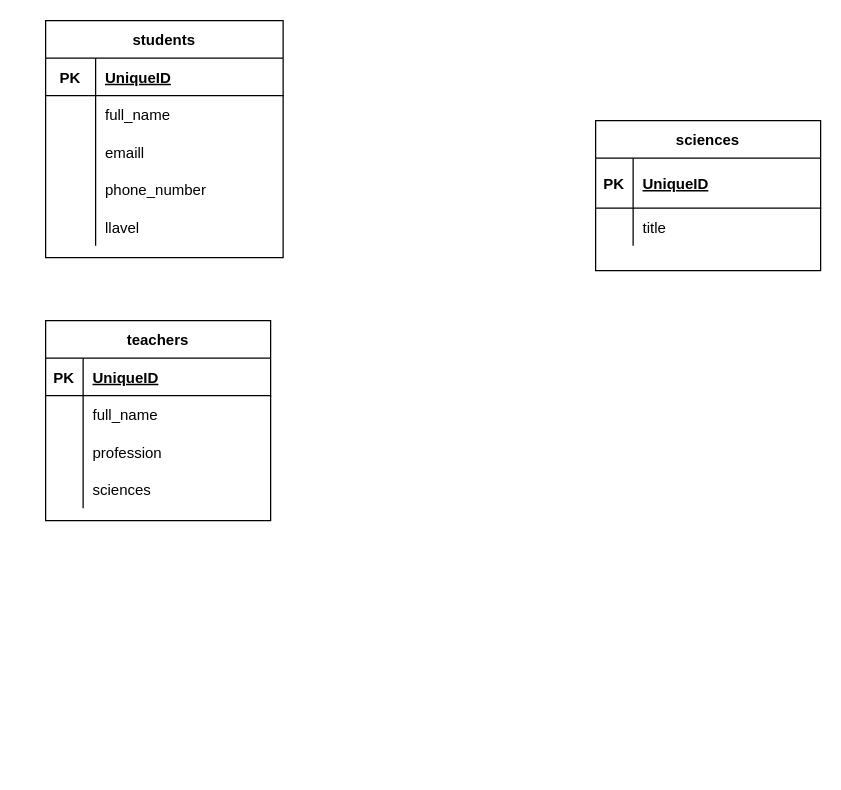
Above: Диаграмма без названия.drawio in SanjarbekDev/new (draw.io), before the change. Source tidied: cells renumbered, new cells numbered last; positions are measured from the earlier drawing's top-left corner, leaving out a move shared by most shapes. Both pictures are drawn from the tidied source at 125%, with x=0, y=0 at pixel (45, 20).
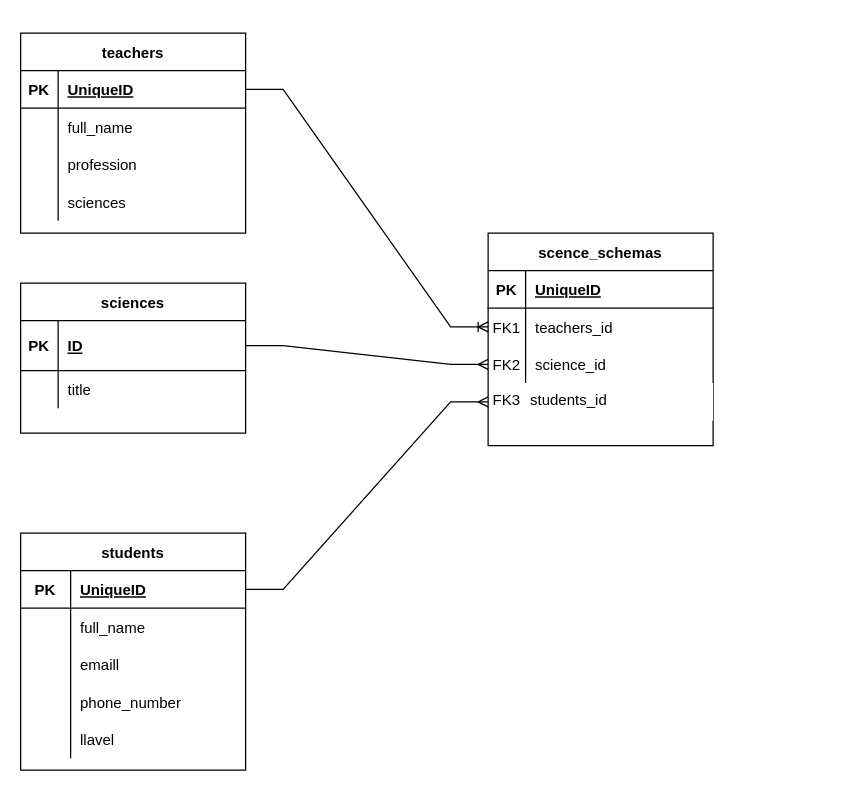
Above is the later version.

Unchanged cells that the change refers to:
```xml
<mxCell id="19" style="shape=tableRow;horizontal=0;startSize=0;swimlaneHead=0;swimlaneBody=0;fillColor=none;points=[[0,0.5],[1,0.5]];portConstraint=eastwest;top=0;left=0;right=0;bottom=1;strokeColor=default;fontFamily=Helvetica;fontSize=12;fontColor=default;" parent="18" vertex="1">
  <mxGeometry y="30" width="180" height="30" as="geometry" />
</mxCell>
<mxCell id="32" style="shape=tableRow;horizontal=0;startSize=0;swimlaneHead=0;swimlaneBody=0;fillColor=none;points=[[0,0.5],[1,0.5]];portConstraint=eastwest;top=0;left=0;right=0;bottom=1;strokeColor=default;fontFamily=Helvetica;fontSize=12;fontColor=default;" parent="31" vertex="1">
  <mxGeometry y="30" width="180" height="40" as="geometry" />
</mxCell>
```

Diff of the diagram source:
```diff
@@
     <mxCell id="2" value="students" style="shape=table;startSize=30;childLayout=tableLayout;rowLines=0;fontStyle=1;align=center;" parent="1" vertex="1">
-      <mxGeometry width="190" height="189.5" as="geometry" />
+      <mxGeometry x="-20" y="410" width="180" height="189.5" as="geometry" />
     </mxCell>
     <mxCell id="3" style="shape=tableRow;horizontal=0;startSize=0;swimlaneHead=0;swimlaneBody=0;fillColor=none;points=[[0,0.5],[1,0.5]];portConstraint=eastwest;top=0;left=0;right=0;bottom=1;" parent="2" vertex="1">
-      <mxGeometry y="30" width="190" height="30" as="geometry" />
+      <mxGeometry y="30" width="180" height="30" as="geometry" />
     </mxCell>
@@
     <mxCell id="5" value="UniqueID" style="shape=partialRectangle;fillColor=none;top=0;left=0;bottom=0;right=0;align=left;spacingLeft=6;fontStyle=5;overflow=hidden;" parent="3" vertex="1">
-      <mxGeometry x="40" width="150" height="30" as="geometry" />
+      <mxGeometry x="40" width="140" height="30" as="geometry" />
     </mxCell>
     <mxCell id="6" style="shape=tableRow;horizontal=0;startSize=0;swimlaneHead=0;swimlaneBody=0;fillColor=none;top=0;left=0;right=0;bottom=0;" parent="2" vertex="1">
-      <mxGeometry y="60" width="190" height="30" as="geometry" />
+      <mxGeometry y="60" width="180" height="30" as="geometry" />
     </mxCell>
@@
     <mxCell id="8" value="full_name" style="shape=partialRectangle;fillColor=none;top=0;left=0;bottom=0;right=0;align=left;spacingLeft=6;overflow=hidden;" parent="6" vertex="1">
-      <mxGeometry x="40" width="150" height="30" as="geometry" />
+      <mxGeometry x="40" width="140" height="30" as="geometry" />
     </mxCell>
     <mxCell id="9" style="shape=tableRow;horizontal=0;startSize=0;swimlaneHead=0;swimlaneBody=0;fillColor=none;top=0;left=0;right=0;bottom=0;" parent="2" vertex="1">
-      <mxGeometry y="90" width="190" height="30" as="geometry" />
+      <mxGeometry y="90" width="180" height="30" as="geometry" />
     </mxCell>
@@
     <mxCell id="11" value="emaill" style="shape=partialRectangle;fillColor=none;top=0;left=0;bottom=0;right=0;align=left;spacingLeft=6;overflow=hidden;" parent="9" vertex="1">
-      <mxGeometry x="40" width="150" height="30" as="geometry" />
+      <mxGeometry x="40" width="140" height="30" as="geometry" />
     </mxCell>
     <mxCell id="12" style="shape=tableRow;horizontal=0;startSize=0;swimlaneHead=0;swimlaneBody=0;fillColor=none;top=0;left=0;right=0;bottom=0;" parent="2" vertex="1">
-      <mxGeometry y="120" width="190" height="30" as="geometry" />
+      <mxGeometry y="120" width="180" height="30" as="geometry" />
     </mxCell>
@@
     <mxCell id="14" value="phone_number" style="shape=partialRectangle;fillColor=none;top=0;left=0;bottom=0;right=0;align=left;spacingLeft=6;overflow=hidden;" parent="12" vertex="1">
-      <mxGeometry x="40" width="150" height="30" as="geometry" />
+      <mxGeometry x="40" width="140" height="30" as="geometry" />
     </mxCell>
     <mxCell id="15" style="shape=tableRow;horizontal=0;startSize=0;swimlaneHead=0;swimlaneBody=0;fillColor=none;top=0;left=0;right=0;bottom=0;strokeColor=default;fontFamily=Helvetica;fontSize=12;fontColor=default;" parent="2" vertex="1">
-      <mxGeometry y="150" width="190" height="30" as="geometry" />
+      <mxGeometry y="150" width="180" height="30" as="geometry" />
     </mxCell>
@@
     <mxCell id="17" value="llavel" style="shape=partialRectangle;fillColor=none;top=0;left=0;bottom=0;right=0;align=left;spacingLeft=6;overflow=hidden;strokeColor=default;fontFamily=Helvetica;fontSize=12;fontColor=default;" parent="15" vertex="1">
-      <mxGeometry x="40" width="150" height="30" as="geometry" />
+      <mxGeometry x="40" width="140" height="30" as="geometry" />
     </mxCell>
     <mxCell id="18" value="teachers" style="shape=table;startSize=30;childLayout=tableLayout;rowLines=0;fontStyle=1;align=center;strokeColor=default;fontFamily=Helvetica;fontSize=12;fontColor=default;fillColor=none;" parent="1" vertex="1">
-      <mxGeometry y="240" width="180" height="160" as="geometry" />
+      <mxGeometry x="-20" y="10" width="180" height="160" as="geometry" />
     </mxCell>
@@
     <mxCell id="31" value="sciences" style="shape=table;startSize=30;childLayout=tableLayout;rowLines=0;fontStyle=1;align=center;strokeColor=default;fontFamily=Helvetica;fontSize=12;fontColor=default;fillColor=none;" parent="1" vertex="1">
-      <mxGeometry x="440" y="80" width="180" height="120" as="geometry" />
+      <mxGeometry x="-20" y="210" width="180" height="120" as="geometry" />
     </mxCell>
@@
-    <mxCell id="34" value="UniqueID" style="shape=partialRectangle;fillColor=none;top=0;left=0;bottom=0;right=0;align=left;spacingLeft=6;fontStyle=5;overflow=hidden;strokeColor=default;fontFamily=Helvetica;fontSize=12;fontColor=default;" parent="32" vertex="1">
+    <mxCell id="34" value="ID" style="shape=partialRectangle;fillColor=none;top=0;left=0;bottom=0;right=0;align=left;spacingLeft=6;fontStyle=5;overflow=hidden;strokeColor=default;fontFamily=Helvetica;fontSize=12;fontColor=default;" parent="32" vertex="1">
       <mxGeometry x="30" width="150" height="40" as="geometry" />
     </mxCell>
@@
+    <mxCell id="38" value="scence_schemas" style="shape=table;startSize=30;childLayout=tableLayout;rowLines=0;fontStyle=1;align=center;strokeColor=default;fontFamily=Helvetica;fontSize=12;fontColor=default;fillColor=none;" parent="1" vertex="1">
+      <mxGeometry x="354" y="170" width="180" height="170" as="geometry" />
+    </mxCell>
+    <mxCell id="39" style="shape=tableRow;horizontal=0;startSize=0;swimlaneHead=0;swimlaneBody=0;fillColor=none;top=0;left=0;right=0;bottom=1;strokeColor=default;fontFamily=Helvetica;fontSize=12;fontColor=default;" parent="38" vertex="1">
+      <mxGeometry y="30" width="180" height="30" as="geometry" />
+    </mxCell>
+    <mxCell id="40" value="PK" style="shape=partialRectangle;fillColor=none;top=0;left=0;bottom=0;right=0;fontStyle=1;overflow=hidden;strokeColor=default;fontFamily=Helvetica;fontSize=12;fontColor=default;" parent="39" vertex="1">
+      <mxGeometry width="30" height="30" as="geometry" />
+    </mxCell>
+    <mxCell id="41" value="UniqueID" style="shape=partialRectangle;fillColor=none;top=0;left=0;bottom=0;right=0;align=left;spacingLeft=6;fontStyle=5;overflow=hidden;strokeColor=default;fontFamily=Helvetica;fontSize=12;fontColor=default;" parent="39" vertex="1">
+      <mxGeometry x="30" width="150" height="30" as="geometry" />
+    </mxCell>
+    <mxCell id="42" style="shape=tableRow;horizontal=0;startSize=0;swimlaneHead=0;swimlaneBody=0;fillColor=none;points=[[0,0.5],[1,0.5]];portConstraint=eastwest;top=0;left=0;right=0;bottom=0;strokeColor=default;fontFamily=Helvetica;fontSize=12;fontColor=default;" parent="38" vertex="1">
+      <mxGeometry y="60" width="180" height="30" as="geometry" />
+    </mxCell>
+    <mxCell id="43" value="FK1" style="shape=partialRectangle;fillColor=none;top=0;left=0;bottom=0;right=0;overflow=hidden;strokeColor=default;fontFamily=Helvetica;fontSize=12;fontColor=default;" parent="42" vertex="1">
+      <mxGeometry width="30" height="30" as="geometry" />
+    </mxCell>
+    <mxCell id="44" value="teachers_id" style="shape=partialRectangle;fillColor=none;top=0;left=0;bottom=0;right=0;align=left;spacingLeft=6;overflow=hidden;strokeColor=default;fontFamily=Helvetica;fontSize=12;fontColor=default;" parent="42" vertex="1">
+      <mxGeometry x="30" width="150" height="30" as="geometry" />
+    </mxCell>
+    <mxCell id="45" style="shape=tableRow;horizontal=0;startSize=0;swimlaneHead=0;swimlaneBody=0;fillColor=none;points=[[0,0.5],[1,0.5]];portConstraint=eastwest;top=0;left=0;right=0;bottom=0;strokeColor=default;fontFamily=Helvetica;fontSize=12;fontColor=default;" parent="38" vertex="1">
+      <mxGeometry y="90" width="180" height="30" as="geometry" />
+    </mxCell>
+    <mxCell id="46" value="FK2" style="shape=partialRectangle;fillColor=none;top=0;left=0;bottom=0;right=0;overflow=hidden;strokeColor=default;fontFamily=Helvetica;fontSize=12;fontColor=default;" parent="45" vertex="1">
+      <mxGeometry width="30" height="30" as="geometry" />
+    </mxCell>
+    <mxCell id="47" value="science_id" style="shape=partialRectangle;fillColor=none;top=0;left=0;bottom=0;right=0;align=left;spacingLeft=6;overflow=hidden;strokeColor=default;fontFamily=Helvetica;fontSize=12;fontColor=default;" parent="45" vertex="1">
+      <mxGeometry x="30" width="150" height="30" as="geometry" />
+    </mxCell>
+    <mxCell id="48" style="edgeStyle=entityRelationEdgeStyle;fontSize=12;html=1;endArrow=ERmany;rounded=0;fontFamily=Helvetica;fontColor=default;exitX=1;exitY=0.5;exitDx=0;exitDy=0;entryX=0;entryY=0.5;entryDx=0;entryDy=0;" parent="1" edge="1" source="32" target="45">
+      <mxGeometry relative="1" as="geometry" />
+    </mxCell>
+    <mxCell id="49" style="edgeStyle=entityRelationEdgeStyle;fontSize=12;html=1;endArrow=ERoneToMany;rounded=0;fontFamily=Helvetica;fontColor=default;exitX=1;exitY=0.5;exitDx=0;exitDy=0;entryX=0;entryY=0.5;entryDx=0;entryDy=0;" parent="1" edge="1" source="19" target="42">
+      <mxGeometry relative="1" as="geometry" />
+    </mxCell>
+    <mxCell id="50" value="FK3" style="shape=partialRectangle;fillColor=none;top=0;left=0;bottom=0;right=0;overflow=hidden;strokeColor=default;fontFamily=Helvetica;fontSize=12;fontColor=default;verticalAlign=top;" parent="1" vertex="1">
+      <mxGeometry x="354" y="290" width="30" height="30" as="geometry" />
+    </mxCell>
+    <mxCell id="51" value="students_id" style="shape=partialRectangle;fillColor=default;top=0;left=0;bottom=0;right=0;align=left;spacingLeft=6;overflow=hidden;strokeColor=default;fontFamily=Helvetica;fontSize=12;fontColor=default;verticalAlign=top;" parent="1" vertex="1">
+      <mxGeometry x="380" y="290" width="154" height="30" as="geometry" />
+    </mxCell>
+    <mxCell id="52" style="edgeStyle=entityRelationEdgeStyle;fontSize=12;html=1;endArrow=ERmany;rounded=0;fontFamily=Helvetica;fontColor=default;exitX=1;exitY=0.5;exitDx=0;exitDy=0;entryX=0;entryY=0.5;entryDx=0;entryDy=0;" parent="1" edge="1" source="3">
+      <mxGeometry relative="1" as="geometry">
+        <mxPoint x="354" y="305" as="targetPoint" />
+      </mxGeometry>
+    </mxCell>
```
